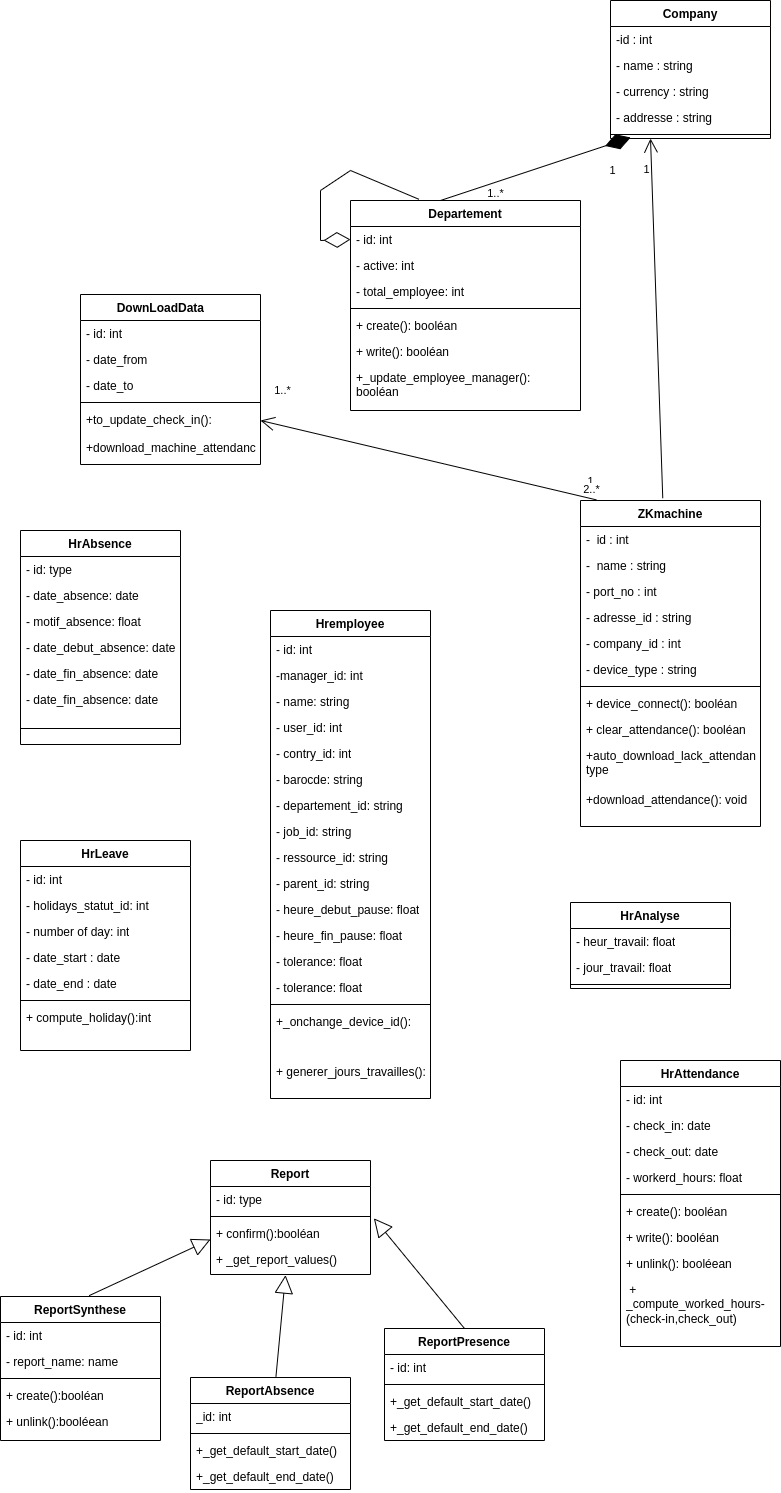
Earlier version of the draw.io export static/Diagramme de classe.drawio.png (Siluearsene/borne_biometrique). Source tidied: cells renumbered, new cells last; positions are measured from the earlier drawing's top-left corner, leaving out a move shared by most shapes.
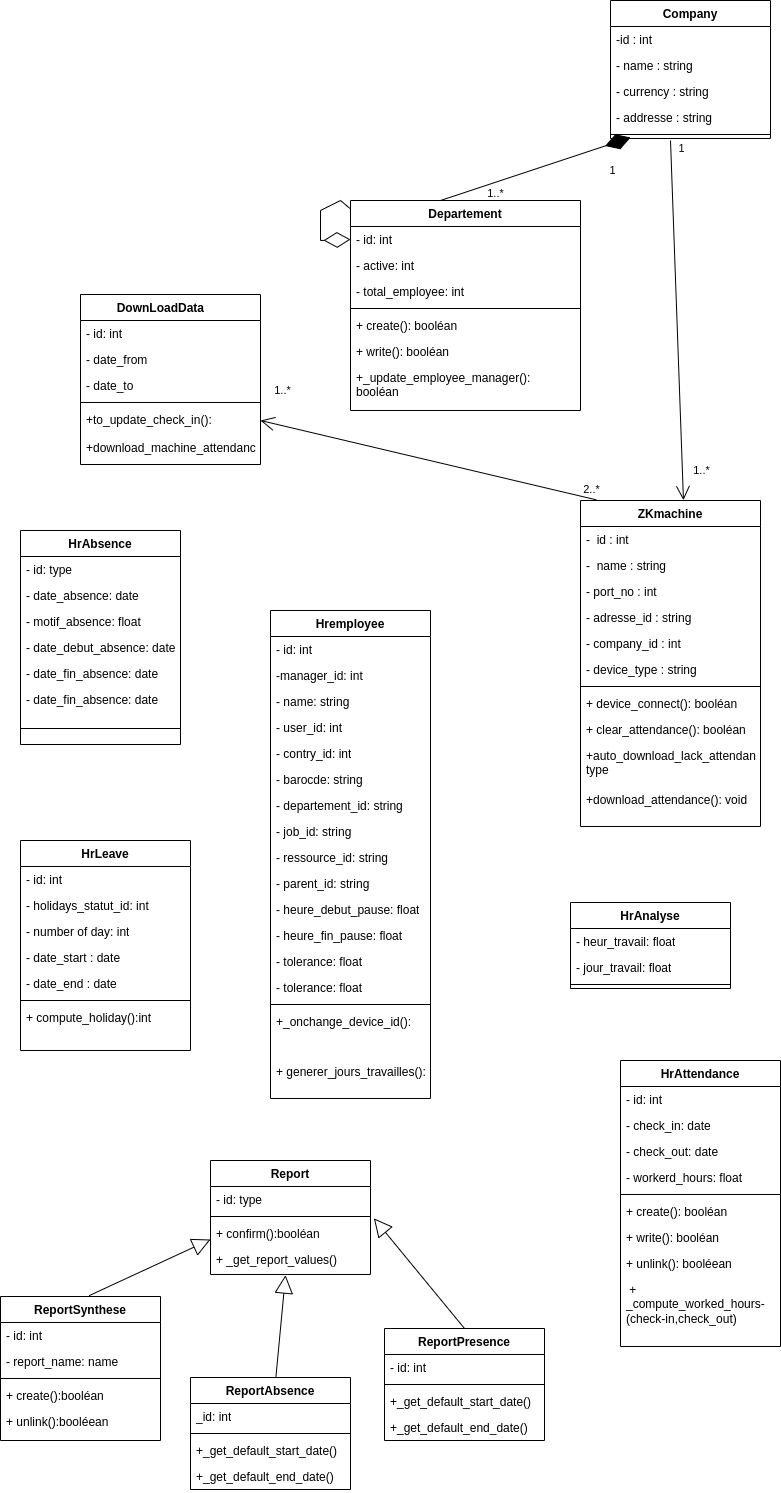
The same diagram one commit later.

Commit message:
Mettre à jour Diagramme de classe.drawio.png

Diff of the diagram source:
```diff
@@ -275,11 +275,11 @@
     <mxCell id="92" value="+_update_employee_manager&lt;span style=&quot;background-color: initial;&quot;&gt;(): booléan&lt;/span&gt;" style="text;strokeColor=none;fillColor=none;align=left;verticalAlign=top;spacingLeft=4;spacingRight=4;overflow=hidden;whiteSpace=wrap;html=1;" parent="85" vertex="1">
       <mxGeometry y="164" width="230" height="46" as="geometry" />
     </mxCell>
-    <mxCell id="93" style="endArrow=diamondThin;endFill=0;endSize=24;html=1;rounded=0;entryX=0;entryY=0.5;entryDx=0;entryDy=0;exitX=0.297;exitY=-0.006;exitDx=0;exitDy=0;exitPerimeter=0;" parent="85" edge="1" source="85" target="86">
+    <mxCell id="93" style="endArrow=diamondThin;endFill=0;endSize=24;html=1;rounded=0;entryX=0;entryY=0.5;entryDx=0;entryDy=0;" parent="85" edge="1" source="85" target="86">
       <mxGeometry relative="1" as="geometry">
         <Array as="points">
-          <mxPoint y="-30" />
-          <mxPoint x="-30" y="-10" />
+          <mxPoint x="-10" />
+          <mxPoint x="-30" y="10" />
           <mxPoint x="-30" y="40" />
         </Array>
       </mxGeometry>
@@ -344,26 +344,28 @@
     <mxCell id="111" style="endArrow=open;endFill=1;endSize=12;html=1;rounded=0;entryX=1;entryY=0.5;entryDx=0;entryDy=0;exitX=0.088;exitY=-0.002;exitDx=0;exitDy=0;exitPerimeter=0;" parent="1" edge="1" source="10" target="78">
       <mxGeometry relative="1" as="geometry" />
     </mxCell>
-    <mxCell id="112" value="1" style="edgeLabel;html=1;align=center;verticalAlign=middle;" parent="111" vertex="1">
-      <mxGeometry x="-0.83" y="-1" relative="1" as="geometry">
-        <mxPoint x="22" y="-11" as="offset" />
-      </mxGeometry>
-    </mxCell>
     <mxCell id="113" value="1..*" style="edgeLabel;html=1;align=center;verticalAlign=middle;" parent="111" vertex="1">
       <mxGeometry x="0.9" y="1" relative="1" as="geometry">
         <mxPoint x="6" y="-35" as="offset" />
       </mxGeometry>
     </mxCell>
-    <mxCell id="114" style="endArrow=open;endFill=1;endSize=12;html=1;rounded=0;entryX=0.25;entryY=1;entryDx=0;entryDy=0;exitX=0.457;exitY=-0.007;exitDx=0;exitDy=0;exitPerimeter=0;" parent="1" edge="1" source="10" target="94">
-      <mxGeometry relative="1" as="geometry" />
-    </mxCell>
-    <mxCell id="115" value="1" style="edgeLabel;html=1;align=center;verticalAlign=middle;" parent="114" vertex="1">
-      <mxGeometry x="0.87" y="-2" relative="1" as="geometry">
-        <mxPoint x="-7" y="8" as="offset" />
-      </mxGeometry>
-    </mxCell>
     <mxCell id="116" value="2..*" style="edgeLabel;html=1;align=center;verticalAlign=middle;" parent="1" vertex="1">
       <mxGeometry x="590.4" y="488.7" as="geometry" />
     </mxCell>
+    <mxCell id="117" style="endArrow=open;endFill=1;endSize=12;html=1;rounded=0;entryX=0.572;entryY=-0.001;entryDx=0;entryDy=0;entryPerimeter=0;" parent="1" edge="1" target="10">
+      <mxGeometry relative="1" as="geometry">
+        <mxPoint x="670" y="140" as="sourcePoint" />
+      </mxGeometry>
+    </mxCell>
+    <mxCell id="118" value="1" style="edgeLabel;html=1;align=center;verticalAlign=middle;" parent="117" vertex="1">
+      <mxGeometry x="-0.96" relative="1" as="geometry">
+        <mxPoint x="10" as="offset" />
+      </mxGeometry>
+    </mxCell>
+    <mxCell id="119" value="1..*" style="edgeLabel;html=1;align=center;verticalAlign=middle;" parent="117" vertex="1">
+      <mxGeometry x="0.91" y="-1" relative="1" as="geometry">
+        <mxPoint x="19" y="-13" as="offset" />
+      </mxGeometry>
+    </mxCell>
   </root>
 </mxGraphModel>
```
